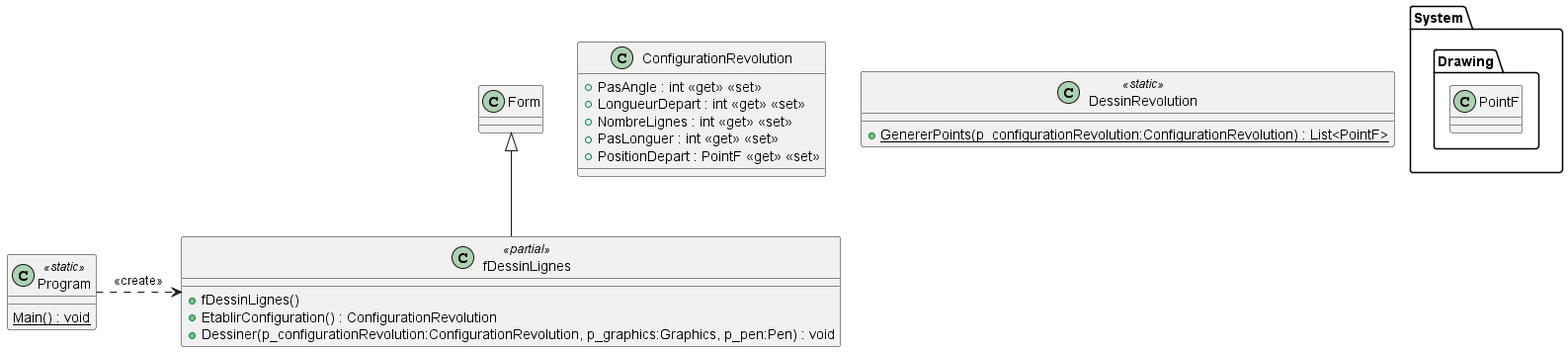
Above: images/Module11_Dessin/diag/diagDessin/diagDessin.png in PiFou86/420-W30-SF (PlantUML), before the change.
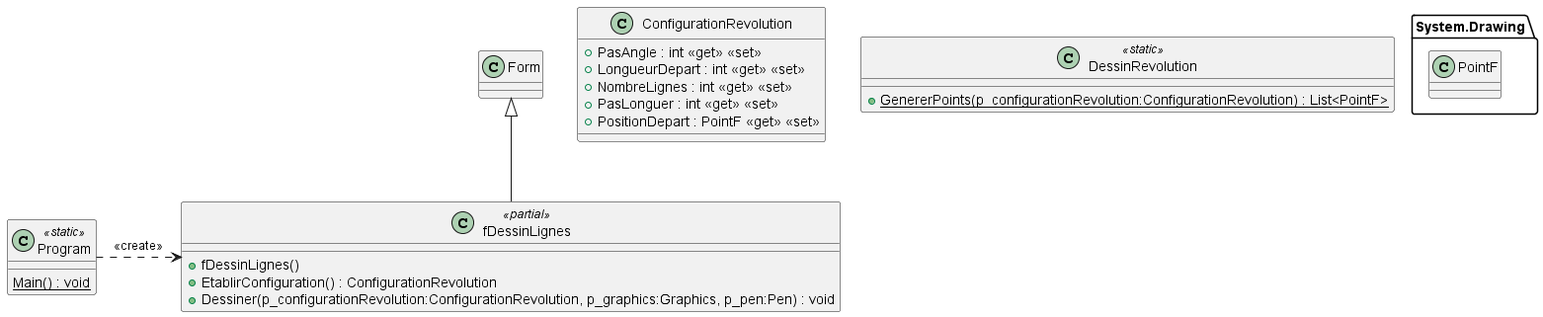
The same diagram one commit later.

What changed in the source:
```diff
@@ -1,4 +1,6 @@
 @startuml diagDessin
+
+set separator none
 
 namespace System.Drawing {
     class PointF {}
```
